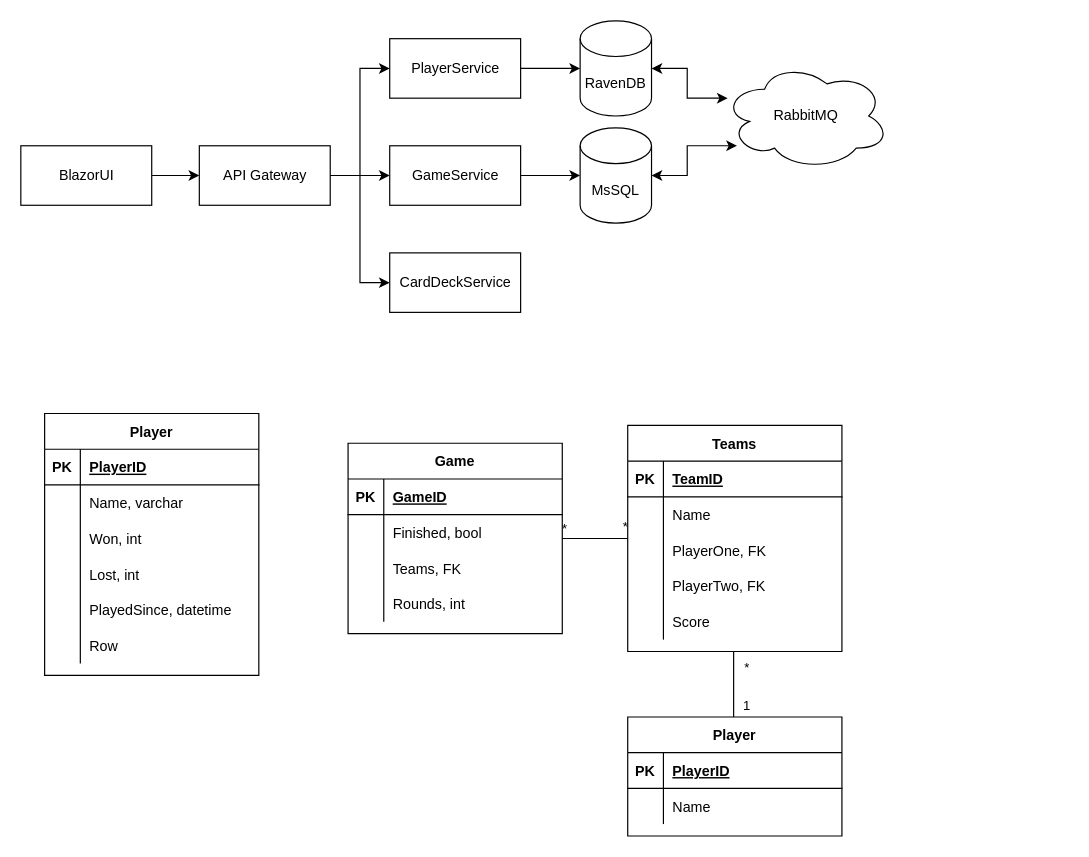
JesperlaCour/Canastic keeps this draw.io diagram as Diagrams.drawio. Above is the earlier version. Source tidied: cells renumbered, new cells numbered last; positions are measured from the earlier drawing's top-left corner, leaving out a move shared by most shapes. Both pictures are drawn from the tidied source at 119%, with x=0, y=0 at pixel (20, 20).
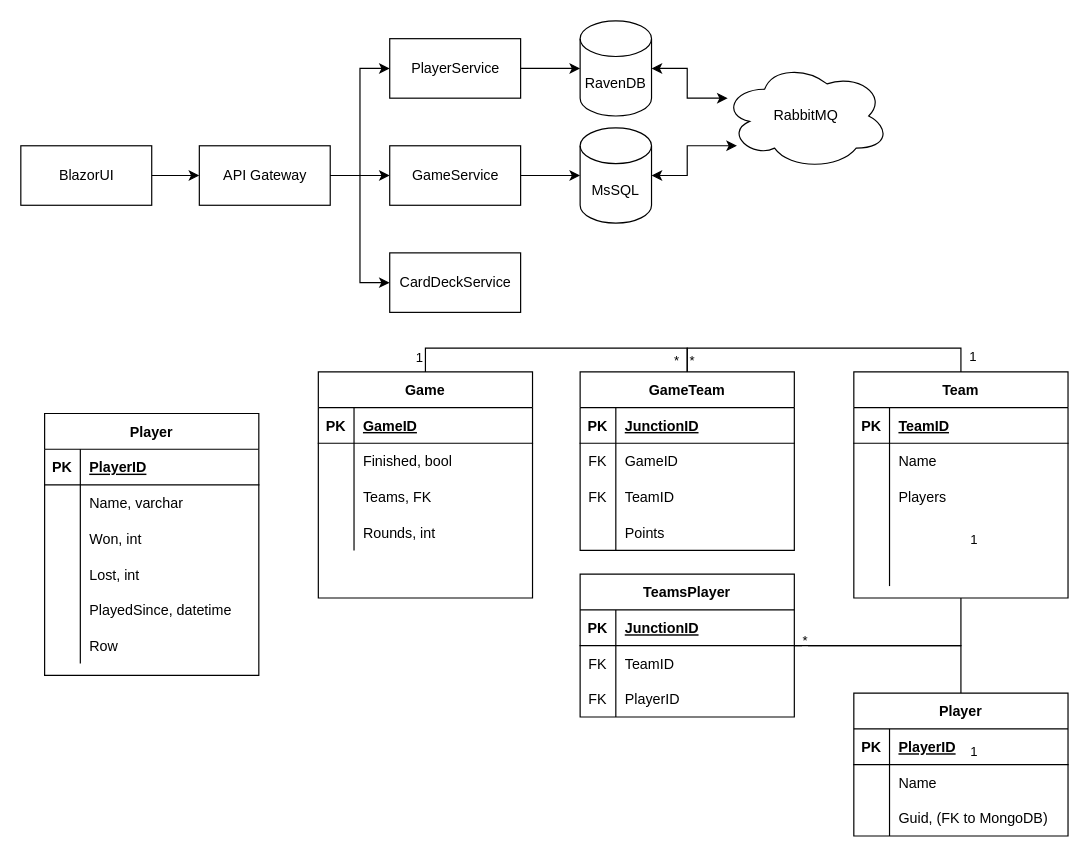
Above is the later version.

Unchanged cells that the change refers to:
```xml
<mxCell id="63" style="shape=partialRectangle;fillColor=none;top=0;left=0;bottom=0;right=0;" parent="56" vertex="1">
  <mxGeometry y="90" width="180" height="30" as="geometry" />
</mxCell>
<mxCell id="66" style="shape=partialRectangle;fillColor=none;top=0;left=0;bottom=0;right=0;" parent="56" vertex="1">
  <mxGeometry y="120" width="180" height="30" as="geometry" />
</mxCell>
<mxCell id="69" style="shape=partialRectangle;fillColor=none;top=0;left=0;bottom=0;right=0;" parent="56" vertex="1">
  <mxGeometry y="150" width="180" height="30" as="geometry" />
</mxCell>
```

Change to the diagram source:
```diff
@@
-    <mxCell id="37" style="edgeStyle=orthogonalEdgeStyle;rounded=0;jettySize=auto;html=1;startArrow=none;startFill=0;endArrow=none;endFill=0;" parent="1" edge="1" source="40" target="56">
+    <mxCell id="37" style="edgeStyle=orthogonalEdgeStyle;rounded=0;jettySize=auto;html=1;startArrow=none;startFill=0;endArrow=none;endFill=0;exitX=0.5;exitY=0;exitDx=0;exitDy=0;entryX=0.5;entryY=0;entryDx=0;entryDy=0;" parent="1" edge="1" source="84" target="56">
       <mxGeometry relative="1" as="geometry" />
     </mxCell>
     <mxCell id="38" value="*" style="edgeLabel;html=1;align=center;verticalAlign=middle;" parent="37" vertex="1">
       <mxGeometry x="-0.6" y="-1" relative="1" as="geometry">
-        <mxPoint x="-10" y="-10" as="offset" />
+        <mxPoint x="-31" y="9" as="offset" />
       </mxGeometry>
     </mxCell>
     <mxCell id="39" value="*" style="edgeLabel;html=1;align=center;verticalAlign=middle;" parent="37" vertex="1">
       <mxGeometry x="0.7" y="1" relative="1" as="geometry">
-        <mxPoint x="5" y="-10" as="offset" />
+        <mxPoint x="-220" y="11" as="offset" />
       </mxGeometry>
     </mxCell>
+    <mxCell id="79" style="edgeStyle=orthogonalEdgeStyle;rounded=0;jettySize=auto;html=1;endArrow=none;endFill=0;entryX=0.5;entryY=0;entryDx=0;entryDy=0;exitX=0.5;exitY=0;exitDx=0;exitDy=0;" parent="1" edge="1" source="40" target="84">
+      <mxGeometry relative="1" as="geometry" />
+    </mxCell>
     <mxCell id="40" value="Game" style="shape=table;startSize=30;childLayout=tableLayout;rowLines=0;fontStyle=1;align=center;" parent="1" vertex="1">
-      <mxGeometry x="275" y="355" width="180" height="160" as="geometry" />
+      <mxGeometry x="250" y="295" width="180" height="190" as="geometry" />
     </mxCell>
@@
-    <mxCell id="53" style="edgeStyle=orthogonalEdgeStyle;rounded=0;orthogonalLoop=1;jettySize=auto;html=1;startArrow=none;startFill=0;endArrow=none;endFill=0;" parent="1" edge="1">
-      <mxGeometry relative="1" as="geometry">
-        <mxPoint x="599" y="530" as="sourcePoint" />
-        <mxPoint x="599" y="585" as="targetPoint" />
-      </mxGeometry>
+    <mxCell id="53" style="edgeStyle=orthogonalEdgeStyle;rounded=0;jettySize=auto;html=1;startArrow=none;startFill=0;endArrow=none;endFill=0;entryX=0.5;entryY=0;entryDx=0;entryDy=0;" parent="1" edge="1" source="99" target="72">
+      <mxGeometry relative="1" as="geometry" />
     </mxCell>
     <mxCell id="54" value="1" style="edgeLabel;html=1;align=center;verticalAlign=middle;" parent="53" vertex="1">
       <mxGeometry x="0.67" y="1" relative="1" as="geometry">
-        <mxPoint x="9" y="-1" as="offset" />
+        <mxPoint x="9" y="-100" as="offset" />
       </mxGeometry>
     </mxCell>
     <mxCell id="55" value="*" style="edgeLabel;html=1;align=center;verticalAlign=middle;" parent="53" vertex="1">
       <mxGeometry x="-0.53" relative="1" as="geometry">
-        <mxPoint x="10" as="offset" />
+        <mxPoint x="-34" y="-5" as="offset" />
       </mxGeometry>
     </mxCell>
+    <mxCell id="80" style="rounded=0;jettySize=auto;html=1;endArrow=none;endFill=0;exitX=0.5;exitY=1;exitDx=0;exitDy=0;edgeStyle=orthogonalEdgeStyle;" parent="1" edge="1" source="56" target="99">
+      <mxGeometry relative="1" as="geometry">
+        <Array as="points">
+          <mxPoint x="790" y="525" />
+        </Array>
+      </mxGeometry>
+    </mxCell>
-    <mxCell id="56" value="Teams" style="shape=table;startSize=30;childLayout=tableLayout;rowLines=0;fontStyle=1;align=center;" parent="1" vertex="1">
-      <mxGeometry x="510" y="340" width="180" height="190" as="geometry" />
+    <mxCell id="56" value="Team" style="shape=table;startSize=30;childLayout=tableLayout;rowLines=0;fontStyle=1;align=center;" parent="1" vertex="1">
+      <mxGeometry x="700" y="295" width="180" height="190" as="geometry" />
     </mxCell>
@@
-    <mxCell id="65" value="PlayerOne, FK" style="shape=partialRectangle;fillColor=none;top=0;left=0;bottom=0;right=0;align=left;spacingLeft=6;overflow=hidden;" parent="63" vertex="1">
+    <mxCell id="65" value="Players" style="shape=partialRectangle;fillColor=none;top=0;left=0;bottom=0;right=0;align=left;spacingLeft=6;overflow=hidden;" parent="63" vertex="1">
       <mxGeometry x="30" width="150" height="30" as="geometry" />
     </mxCell>
@@
-    <mxCell id="68" value="PlayerTwo, FK" style="shape=partialRectangle;fillColor=none;top=0;left=0;bottom=0;right=0;align=left;spacingLeft=6;overflow=hidden;" parent="66" vertex="1">
+    <mxCell id="68" style="shape=partialRectangle;fillColor=none;top=0;left=0;bottom=0;right=0;align=left;spacingLeft=6;overflow=hidden;" parent="66" vertex="1">
       <mxGeometry x="30" width="150" height="30" as="geometry" />
     </mxCell>
@@
-    <mxCell id="71" value="Score" style="shape=partialRectangle;fillColor=none;top=0;left=0;bottom=0;right=0;align=left;spacingLeft=6;overflow=hidden;" parent="69" vertex="1">
+    <mxCell id="71" style="shape=partialRectangle;fillColor=none;top=0;left=0;bottom=0;right=0;align=left;spacingLeft=6;overflow=hidden;" parent="69" vertex="1">
       <mxGeometry x="30" width="150" height="30" as="geometry" />
     </mxCell>
     <mxCell id="72" value="Player" style="shape=table;startSize=30;childLayout=tableLayout;rowLines=0;fontStyle=1;align=center;" parent="1" vertex="1">
-      <mxGeometry x="510" y="585" width="180" height="100" as="geometry" />
+      <mxGeometry x="700" y="565" width="180" height="120" as="geometry" />
     </mxCell>
@@
+    <mxCell id="81" style="shape=partialRectangle;fillColor=none;top=0;left=0;bottom=0;right=0;" parent="72" vertex="1">
+      <mxGeometry y="90" width="180" height="30" as="geometry" />
+    </mxCell>
+    <mxCell id="82" style="shape=partialRectangle;fillColor=none;top=0;left=0;bottom=0;right=0;overflow=hidden;" parent="81" vertex="1">
+      <mxGeometry width="30" height="30" as="geometry" />
+    </mxCell>
+    <mxCell id="83" value="Guid, (FK to MongoDB)" style="shape=partialRectangle;fillColor=none;top=0;left=0;bottom=0;right=0;align=left;spacingLeft=6;overflow=hidden;" parent="81" vertex="1">
+      <mxGeometry x="30" width="150" height="30" as="geometry" />
+    </mxCell>
+    <mxCell id="84" value="GameTeam" style="shape=table;startSize=30;childLayout=tableLayout;rowLines=0;fontStyle=1;align=center;" parent="1" vertex="1">
+      <mxGeometry x="470" y="295" width="180" height="150" as="geometry" />
+    </mxCell>
+    <mxCell id="85" style="shape=partialRectangle;fillColor=none;top=0;left=0;bottom=1;right=0;" parent="84" vertex="1">
+      <mxGeometry y="30" width="180" height="30" as="geometry" />
+    </mxCell>
+    <mxCell id="86" value="PK" style="shape=partialRectangle;fillColor=none;top=0;left=0;bottom=0;right=0;fontStyle=1;overflow=hidden;" parent="85" vertex="1">
+      <mxGeometry width="30" height="30" as="geometry" />
+    </mxCell>
+    <mxCell id="87" value="JunctionID" style="shape=partialRectangle;fillColor=none;top=0;left=0;bottom=0;right=0;align=left;spacingLeft=6;fontStyle=5;overflow=hidden;" parent="85" vertex="1">
+      <mxGeometry x="30" width="150" height="30" as="geometry" />
+    </mxCell>
+    <mxCell id="88" style="shape=partialRectangle;fillColor=none;top=0;left=0;bottom=0;right=0;" parent="84" vertex="1">
+      <mxGeometry y="60" width="180" height="30" as="geometry" />
+    </mxCell>
+    <mxCell id="89" value="FK" style="shape=partialRectangle;fillColor=none;top=0;left=0;bottom=0;right=0;overflow=hidden;" parent="88" vertex="1">
+      <mxGeometry width="30" height="30" as="geometry" />
+    </mxCell>
+    <mxCell id="90" value="GameID" style="shape=partialRectangle;fillColor=none;top=0;left=0;bottom=0;right=0;align=left;spacingLeft=6;overflow=hidden;" parent="88" vertex="1">
+      <mxGeometry x="30" width="150" height="30" as="geometry" />
+    </mxCell>
+    <mxCell id="91" style="shape=partialRectangle;fillColor=none;top=0;left=0;bottom=0;right=0;" parent="84" vertex="1">
+      <mxGeometry y="90" width="180" height="30" as="geometry" />
+    </mxCell>
+    <mxCell id="92" value="FK" style="shape=partialRectangle;fillColor=none;top=0;left=0;bottom=0;right=0;overflow=hidden;" parent="91" vertex="1">
+      <mxGeometry width="30" height="30" as="geometry" />
+    </mxCell>
+    <mxCell id="93" value="TeamID" style="shape=partialRectangle;fillColor=none;top=0;left=0;bottom=0;right=0;align=left;spacingLeft=6;overflow=hidden;" parent="91" vertex="1">
+      <mxGeometry x="30" width="150" height="30" as="geometry" />
+    </mxCell>
+    <mxCell id="94" style="shape=partialRectangle;fillColor=none;top=0;left=0;bottom=0;right=0;" parent="84" vertex="1">
+      <mxGeometry y="120" width="180" height="30" as="geometry" />
+    </mxCell>
+    <mxCell id="95" style="shape=partialRectangle;fillColor=none;top=0;left=0;bottom=0;right=0;overflow=hidden;" parent="94" vertex="1">
+      <mxGeometry width="30" height="30" as="geometry" />
+    </mxCell>
+    <mxCell id="96" value="Points" style="shape=partialRectangle;fillColor=none;top=0;left=0;bottom=0;right=0;align=left;spacingLeft=6;overflow=hidden;" parent="94" vertex="1">
+      <mxGeometry x="30" width="150" height="30" as="geometry" />
+    </mxCell>
+    <mxCell id="97" value="1" style="edgeLabel;html=1;align=center;verticalAlign=middle;" parent="1" vertex="1">
+      <mxGeometry x="796" y="635.3" as="geometry">
+        <mxPoint x="-462" y="-353" as="offset" />
+      </mxGeometry>
+    </mxCell>
+    <mxCell id="98" value="1" style="edgeLabel;html=1;align=center;verticalAlign=middle;" parent="1" vertex="1">
+      <mxGeometry x="810" y="644.3" as="geometry">
+        <mxPoint x="-11" y="-363" as="offset" />
+      </mxGeometry>
+    </mxCell>
+    <mxCell id="99" value="TeamsPlayer" style="shape=table;startSize=30;childLayout=tableLayout;rowLines=0;fontStyle=1;align=center;" parent="1" vertex="1">
+      <mxGeometry x="470" y="465" width="180" height="120" as="geometry" />
+    </mxCell>
+    <mxCell id="100" style="shape=partialRectangle;fillColor=none;top=0;left=0;bottom=1;right=0;" parent="99" vertex="1">
+      <mxGeometry y="30" width="180" height="30" as="geometry" />
+    </mxCell>
+    <mxCell id="101" value="PK" style="shape=partialRectangle;fillColor=none;top=0;left=0;bottom=0;right=0;fontStyle=1;overflow=hidden;" parent="100" vertex="1">
+      <mxGeometry width="30" height="30" as="geometry" />
+    </mxCell>
+    <mxCell id="102" value="JunctionID" style="shape=partialRectangle;fillColor=none;top=0;left=0;bottom=0;right=0;align=left;spacingLeft=6;fontStyle=5;overflow=hidden;" parent="100" vertex="1">
+      <mxGeometry x="30" width="150" height="30" as="geometry" />
+    </mxCell>
+    <mxCell id="103" style="shape=partialRectangle;fillColor=none;top=0;left=0;bottom=0;right=0;" parent="99" vertex="1">
+      <mxGeometry y="60" width="180" height="30" as="geometry" />
+    </mxCell>
+    <mxCell id="104" value="FK" style="shape=partialRectangle;fillColor=none;top=0;left=0;bottom=0;right=0;overflow=hidden;" parent="103" vertex="1">
+      <mxGeometry width="30" height="30" as="geometry" />
+    </mxCell>
+    <mxCell id="105" value="TeamID" style="shape=partialRectangle;fillColor=none;top=0;left=0;bottom=0;right=0;align=left;spacingLeft=6;overflow=hidden;" parent="103" vertex="1">
+      <mxGeometry x="30" width="150" height="30" as="geometry" />
+    </mxCell>
+    <mxCell id="106" style="shape=partialRectangle;fillColor=none;top=0;left=0;bottom=0;right=0;" parent="99" vertex="1">
+      <mxGeometry y="90" width="180" height="30" as="geometry" />
+    </mxCell>
+    <mxCell id="107" value="FK" style="shape=partialRectangle;fillColor=none;top=0;left=0;bottom=0;right=0;overflow=hidden;" parent="106" vertex="1">
+      <mxGeometry width="30" height="30" as="geometry" />
+    </mxCell>
+    <mxCell id="108" value="PlayerID" style="shape=partialRectangle;fillColor=none;top=0;left=0;bottom=0;right=0;align=left;spacingLeft=6;overflow=hidden;" parent="106" vertex="1">
+      <mxGeometry x="30" width="150" height="30" as="geometry" />
+    </mxCell>
+    <mxCell id="109" value="1" style="edgeLabel;html=1;align=center;verticalAlign=middle;" parent="1" vertex="1">
+      <mxGeometry x="810" y="504.9" as="geometry">
+        <mxPoint x="-10" y="109" as="offset" />
+      </mxGeometry>
+    </mxCell>
```
